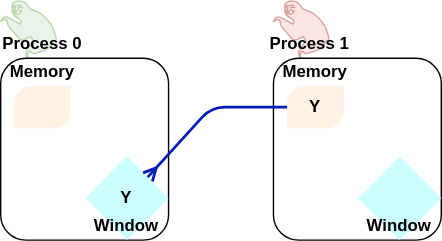
Above: content/img/E02-mpi_get.svg in ENCCS/intermediate-mpi (draw.io), before the change. Source tidied: cells renumbered, new cells last; positions are measured from the earlier drawing's top-left corner, leaving out a move shared by most shapes.
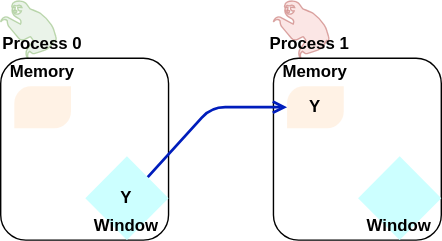
Later version of the same file.

The edit, as a diff of the source:
```diff
@@ -44,7 +44,7 @@
     <mxCell id="15" style="verticalLabelPosition=bottom;verticalAlign=top;html=1;shape=mxgraph.basic.diag_round_rect;dx=6;shadow=0;strokeColor=none;fillColor=#FFE6CC;opacity=50;fontFamily=Helvetica;" parent="1" vertex="1">
       <mxGeometry x="204.8" y="61" width="40.5" height="30" as="geometry" />
     </mxCell>
-    <mxCell id="16" style="endArrow=none;html=1;exitX=1;exitY=0;exitDx=0;exitDy=0;entryX=0;entryY=0.5;entryDx=0;entryDy=0;entryPerimeter=0;strokeColor=#001DBC;fillColor=#0050ef;startArrow=ERmany;startFill=0;endFill=0;strokeWidth=2;" parent="1" edge="1" source="10" target="15">
+    <mxCell id="16" style="endArrow=open;html=1;exitX=1;exitY=0;exitDx=0;exitDy=0;entryX=0;entryY=0.5;entryDx=0;entryDy=0;entryPerimeter=0;strokeColor=#001DBC;fillColor=#0050ef;startArrow=none;startFill=0;endFill=0;strokeWidth=2;" parent="1" edge="1" source="10" target="15">
       <mxGeometry relative="1" as="geometry">
         <Array as="points">
           <mxPoint x="150.5" y="76" />
```
